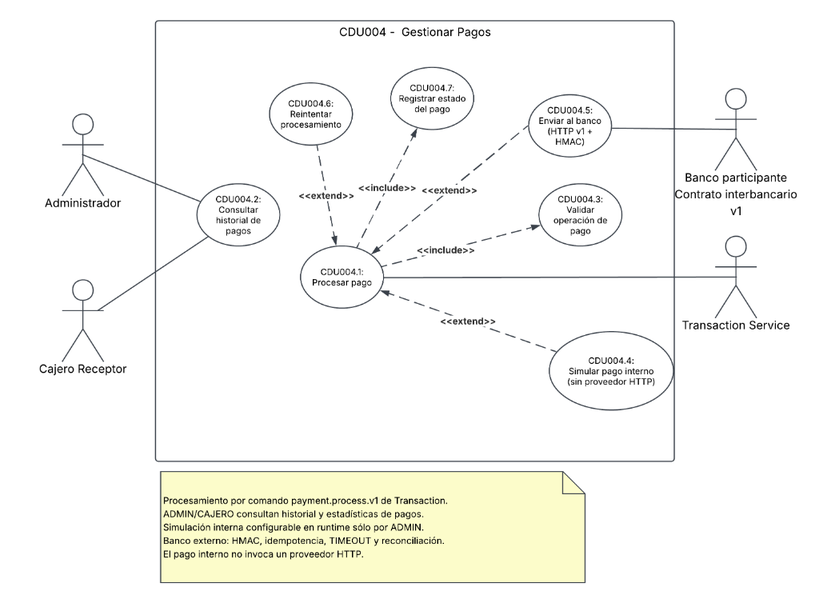
This is docs/architecture/diagrams/cdu/payment/payment-casos-de-uso.png from marcosbondel/Proyecto-SA-B-2, a PlantUML export, as it was before one commit. Its source is kept beside it as docs/architecture/diagrams/cdu/payment/payment-casos-de-uso.puml. Its diagram source:
```plantuml
@startuml payment-casos-de-uso
left to right direction

title CDU004 - Gestionar pagos

skinparam shadowing false
skinparam dpi 180
skinparam packageStyle rectangle
skinparam usecase {
    BackgroundColor #FFFFFF
    BorderColor #1168BD
    FontColor #1168BD
}
skinparam actor {
    BorderColor #398819
    FontColor #398819
}

actor "Cliente" as actor_payment_customer
actor "Cajero Receptor" as actor_payment_teller
actor "Administrador" as actor_payment_admin
actor "Transaction Service" as actor_payment_transaction
actor "Proveedor de pagos" as actor_payment_provider

rectangle "CDU004 - Gestionar pagos" as system_payment {
    usecase "CDU004.1:\nProcesar pago" as uc_payment_process
    usecase "CDU004.2:\nConsultar historial de pagos" as uc_payment_history
    usecase "CDU004.3:\nValidar operación de pago" as uc_payment_validate
    usecase "CDU004.4:\nProcesar pago interno" as uc_payment_internal
    usecase "CDU004.5:\nSolicitar pago externo" as uc_payment_external
    usecase "CDU004.6:\nReintentar procesamiento" as uc_payment_retry
    usecase "CDU004.7:\nRegistrar estado del pago" as uc_payment_record
}

actor_payment_customer -- uc_payment_process
actor_payment_customer -- uc_payment_history
actor_payment_teller -- uc_payment_history
actor_payment_admin -- uc_payment_history
actor_payment_transaction -- uc_payment_process
actor_payment_provider -- uc_payment_external

uc_payment_process .> uc_payment_validate : <<include>>
uc_payment_process .> uc_payment_record : <<include>>
uc_payment_internal .> uc_payment_process : <<extend>>
uc_payment_external .> uc_payment_process : <<extend>>
uc_payment_retry .> uc_payment_process : <<extend>>

note right of uc_payment_process
    En la Saga de transferencias,
    Transaction Service publica payment.requested.
    Payment Service responde con succeeded o failed.
end note

note bottom of uc_payment_history
    La lista de monitoreo es solo de personal.
    Un cliente consulta un pago concreto por su id y ve
    su historial dentro de la transferencia que lo originó:
    Payment Service no guarda referencia al cliente.
end note
legend bottom
  Implementación: Node.js 24 / NestJS / TypeScript.
  Mensajes internos: RabbitMQ / AMQP 0-9-1; correlationId y traceparent.
  Persistencia: PostgreSQL exclusivo por servicio. Entrada: Gateway HTTP / JWT / roles.
  Vistas complementarias de Fase III: diagrama 13 e índice de arquitectura.
endlegend
@enduml
```
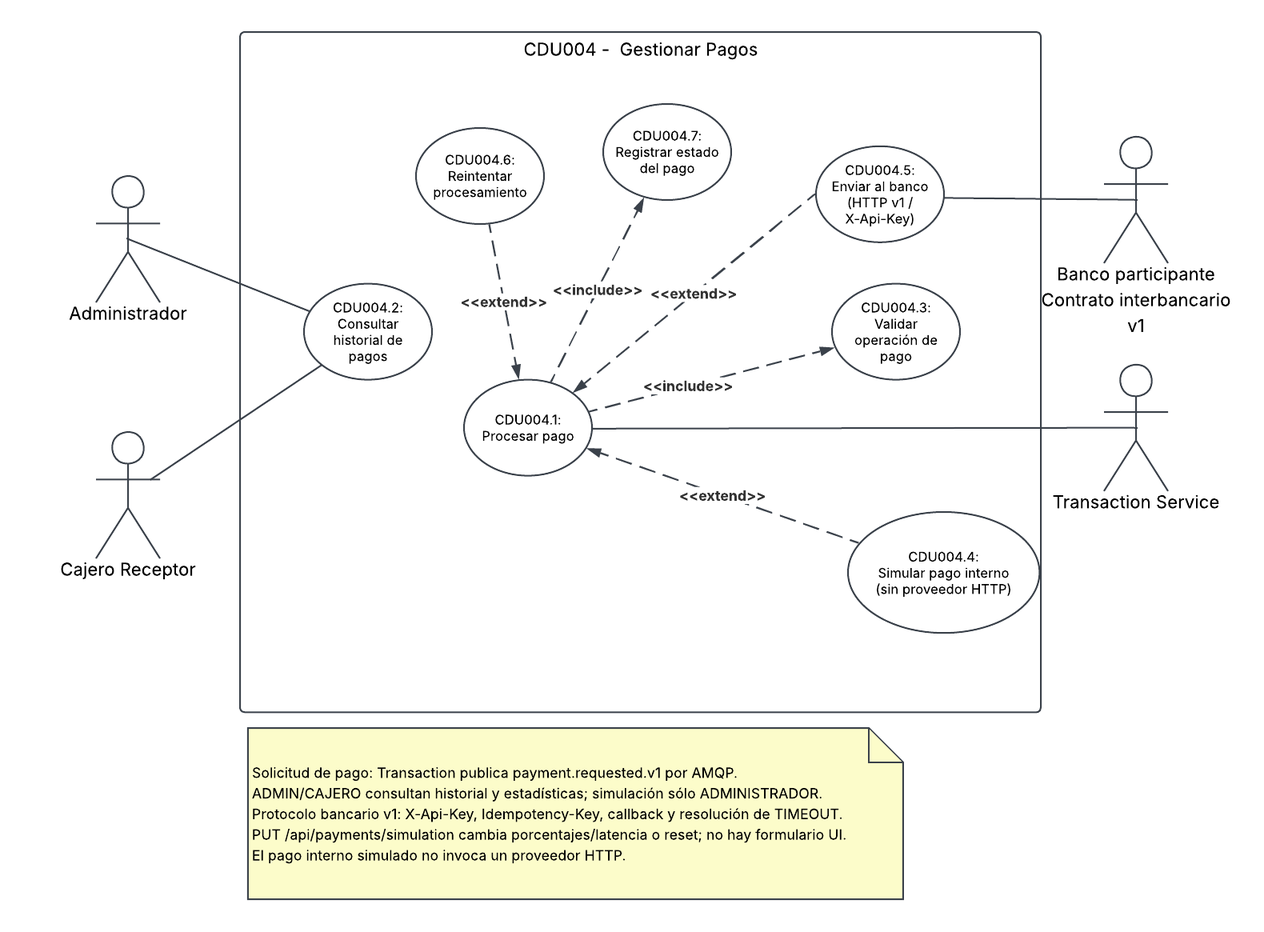
Above is the later version.

Change to the diagram source:
```diff
@@ -16,24 +16,21 @@
     FontColor #398819
 }
 
-actor "Cliente" as actor_payment_customer
 actor "Cajero Receptor" as actor_payment_teller
 actor "Administrador" as actor_payment_admin
 actor "Transaction Service" as actor_payment_transaction
-actor "Proveedor de pagos" as actor_payment_provider
+actor "Banco participante / contrato v1" as actor_payment_provider
 
 rectangle "CDU004 - Gestionar pagos" as system_payment {
     usecase "CDU004.1:\nProcesar pago" as uc_payment_process
     usecase "CDU004.2:\nConsultar historial de pagos" as uc_payment_history
     usecase "CDU004.3:\nValidar operación de pago" as uc_payment_validate
-    usecase "CDU004.4:\nProcesar pago interno" as uc_payment_internal
-    usecase "CDU004.5:\nSolicitar pago externo" as uc_payment_external
+    usecase "CDU004.4:\nSimular pago interno\n(sin proveedor HTTP)" as uc_payment_internal
+    usecase "CDU004.5:\nEnviar al banco\n(HTTP v1 / X-Api-Key)" as uc_payment_external
     usecase "CDU004.6:\nReintentar procesamiento" as uc_payment_retry
     usecase "CDU004.7:\nRegistrar estado del pago" as uc_payment_record
 }
 
-actor_payment_customer -- uc_payment_process
-actor_payment_customer -- uc_payment_history
 actor_payment_teller -- uc_payment_history
 actor_payment_admin -- uc_payment_history
 actor_payment_transaction -- uc_payment_process
@@ -47,8 +44,8 @@
 
 note right of uc_payment_process
     En la Saga de transferencias,
-    Transaction Service publica payment.requested.
-    Payment Service responde con succeeded o failed.
+    Transaction Service publica payment.requested.v1.
+    Payment responde payment.succeeded.v1 o payment.failed.v1.
 end note
 
 note bottom of uc_payment_history
```
